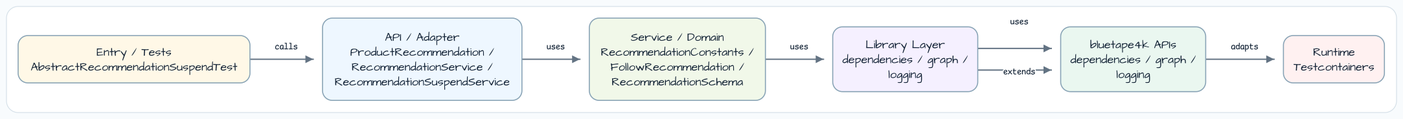
bluetape4k/bluetape4k-workshop keeps this Graphviz diagram as docs/images/readme-diagrams/graph-recommendation-readme-architecture-01.png. Above is the earlier version. Its source is kept beside it as docs/images/readme-diagrams/graph-recommendation-readme-architecture-01.dot. Source of this version:
```dot
digraph G {
  graph [
    rankdir=LR,
    bgcolor="white",
    pad="0.35",
    nodesep="0.55",
    ranksep="0.75",
    splines=ortho,
    outputorder=edgesfirst
  ];
  node [
    shape=box,
    style="rounded,filled",
    penwidth=1.4,
    color="#88A3B5",
    fillcolor="#F6FAFF",
    fontname="Architects Daughter",
    fontsize=14,
    margin="0.14,0.10"
  ];
  edge [
    color="#637383",
    arrowsize=0.8,
    penwidth=1.5,
    fontname="Comic Mono",
    fontsize=11
  ];

  entry [label="Entry / Tests\nAbstractRecommendationSuspendTest", fillcolor="#FFF8E7"];
  api [label="API / Adapter\nProductRecommendation /\nRecommendationService /\nRecommendationSuspendService", fillcolor="#EEF7FF"];
  service [label="Service / Domain\nRecommendationConstants /\nFollowRecommendation /\nRecommendationSchema", fillcolor="#F1F8E9"];
  infra [label="Library Layer\ndependencies / graph /\nlogging", fillcolor="#F5F0FF"];
  bt [label="bluetape4k APIs\ndependencies / graph /\nlogging", fillcolor="#EAF7F0"];
  runtime [label="Runtime\nTestcontainers", fillcolor="#FFF1F1"];

  entry -> api [label="calls"];
  api -> service [label="uses"];
  service -> infra [label="uses"];
  infra -> bt [label="uses"];
  infra -> bt [label="extends"];
  bt -> runtime [label="adapts"];
}
```
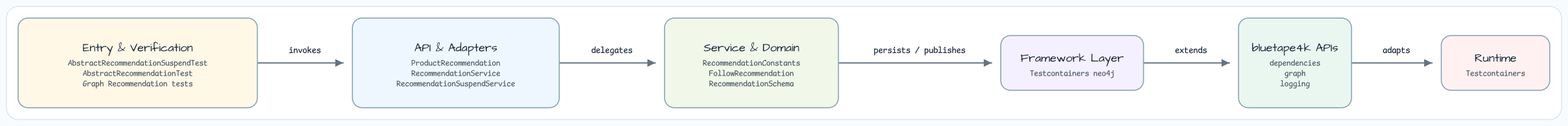
The same diagram one commit later.

Change to the diagram source:
```diff
@@ -3,8 +3,8 @@
     rankdir=LR,
     bgcolor="white",
     pad="0.35",
-    nodesep="0.55",
-    ranksep="0.75",
+    nodesep="0.70",
+    ranksep="0.95",
     splines=ortho,
     outputorder=edgesfirst
   ];
@@ -16,7 +16,7 @@
     fillcolor="#F6FAFF",
     fontname="Architects Daughter",
     fontsize=14,
-    margin="0.14,0.10"
+    margin="0.20,0.16"
   ];
   edge [
     color="#637383",
@@ -26,17 +26,16 @@
     fontsize=11
   ];
 
-  entry [label="Entry / Tests\nAbstractRecommendationSuspendTest", fillcolor="#FFF8E7"];
-  api [label="API / Adapter\nProductRecommendation /\nRecommendationService /\nRecommendationSuspendService", fillcolor="#EEF7FF"];
-  service [label="Service / Domain\nRecommendationConstants /\nFollowRecommendation /\nRecommendationSchema", fillcolor="#F1F8E9"];
-  infra [label="Library Layer\ndependencies / graph /\nlogging", fillcolor="#F5F0FF"];
-  bt [label="bluetape4k APIs\ndependencies / graph /\nlogging", fillcolor="#EAF7F0"];
+  entry [label="Entry & Verification\nAbstractRecommendationSuspendTest\nAbstractRecommendationTest\nGraph Recommendation tests", fillcolor="#FFF8E7"];
+  api [label="API & Adapters\nProductRecommendation\nRecommendationService\nRecommendationSuspendService", fillcolor="#EEF7FF"];
+  service [label="Service & Domain\nRecommendationConstants\nFollowRecommendation\nRecommendationSchema", fillcolor="#F1F8E9"];
+  infra [label="Framework Layer\nTestcontainers neo4j", fillcolor="#F5F0FF"];
+  bt [label="bluetape4k APIs\ndependencies\ngraph\nlogging", fillcolor="#EAF7F0"];
   runtime [label="Runtime\nTestcontainers", fillcolor="#FFF1F1"];
 
-  entry -> api [label="calls"];
-  api -> service [label="uses"];
-  service -> infra [label="uses"];
-  infra -> bt [label="uses"];
+  entry -> api [label="invokes"];
+  api -> service [label="delegates"];
+  service -> infra [label="persists / publishes"];
   infra -> bt [label="extends"];
   bt -> runtime [label="adapts"];
 }
```
